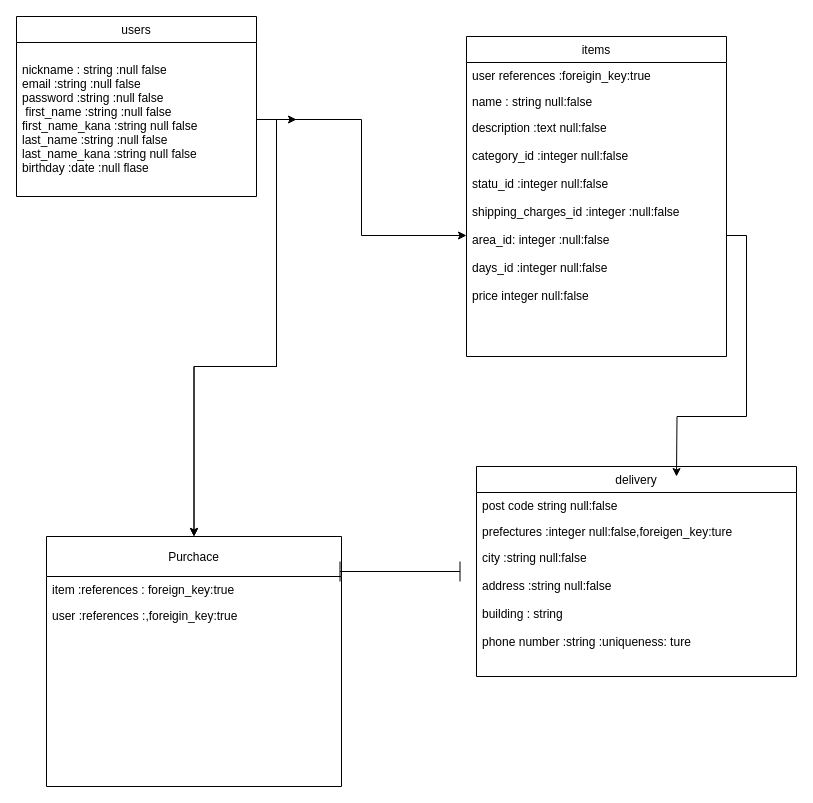
hirom119/furima-30517 keeps this draw.io diagram as test.dio. Above is the earlier version. Source tidied: cells renumbered, new cells numbered last; positions are measured from the earlier drawing's top-left corner, leaving out a move shared by most shapes. Both pictures are drawn from the tidied source at 100%, with x=0, y=0 at pixel (16, 16).
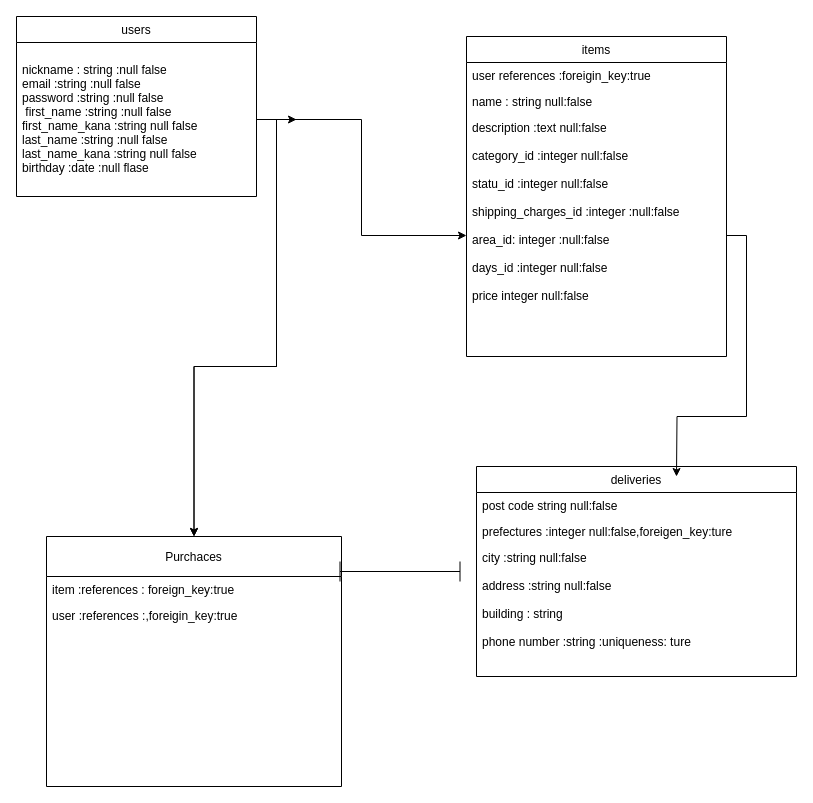
The same diagram, later.

Change to the diagram source:
```diff
@@
-    <mxCell id="4" value="delivery" style="swimlane;fontStyle=0;horizontal=1;startSize=26;fillColor=none;" parent="1" vertex="1">
+    <mxCell id="4" value="deliveries" style="swimlane;fontStyle=0;horizontal=1;startSize=26;fillColor=none;" parent="1" vertex="1">
       <mxGeometry x="460" y="450" width="320" height="210" as="geometry" />
     </mxCell>
@@
-    <mxCell id="8" value="Purchace" style="swimlane;fontStyle=0;horizontal=1;startSize=40;fillColor=none;" parent="1" vertex="1">
+    <mxCell id="8" value="Purchaces" style="swimlane;fontStyle=0;horizontal=1;startSize=40;fillColor=none;" parent="1" vertex="1">
       <mxGeometry x="30" y="520" width="295" height="250" as="geometry" />
     </mxCell>
```
